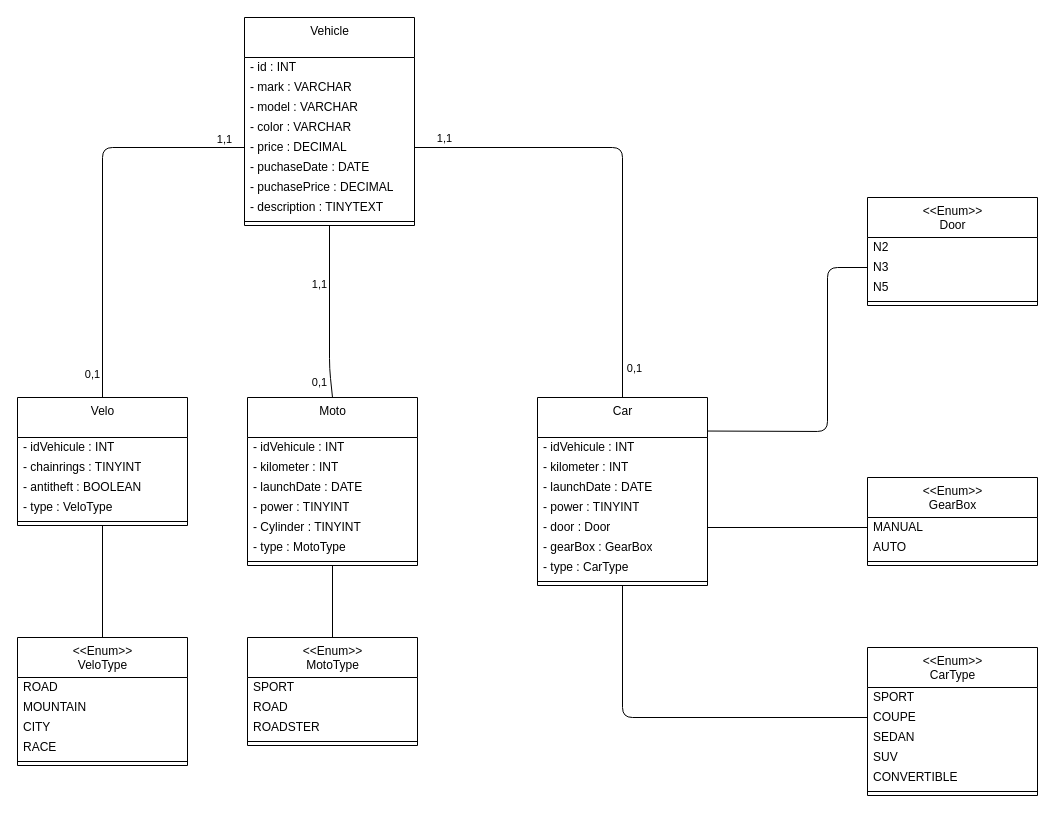
This is configurateur-de-vehicule/conception/modele-de-donnees.drawio from Roland-Foucher/configurateur-de-vehicule, a draw.io file, before an edit. Source tidied: cells renumbered, new cells numbered last; positions are measured from the earlier drawing's top-left corner, leaving out a move shared by most shapes. Both pictures are drawn from the tidied source at 100%, with x=0, y=0 at pixel (17, 17).
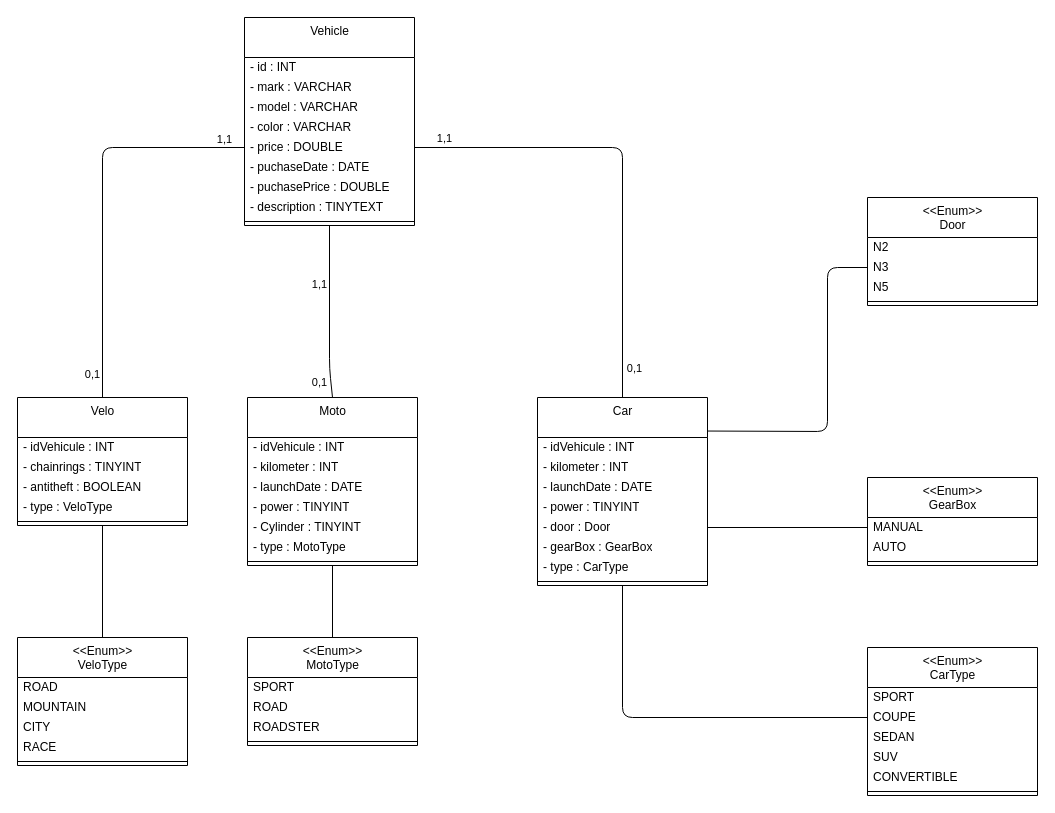
Above is the later version.

Unchanged cells that the change refers to:
```xml
<mxCell id="2" value="Vehicle" style="swimlane;fontStyle=0;align=center;verticalAlign=top;horizontal=1;startSize=40;html=1;" parent="1" vertex="1">
  <mxGeometry x="227" width="170" height="208" as="geometry" />
</mxCell>
```

Change to the diagram source:
```diff
@@
-    <mxCell id="7" value="- price : DECIMAL" style="text;html=1;strokeColor=none;fillColor=none;align=left;verticalAlign=middle;spacingLeft=4;spacingRight=4;overflow=hidden;points=[[0,0.5],[1,0.5]];portConstraint=eastwest;" parent="2" vertex="1">
+    <mxCell id="7" value="- price : DOUBLE" style="text;html=1;strokeColor=none;fillColor=none;align=left;verticalAlign=middle;spacingLeft=4;spacingRight=4;overflow=hidden;points=[[0,0.5],[1,0.5]];portConstraint=eastwest;" parent="2" vertex="1">
       <mxGeometry y="120" width="170" height="20" as="geometry" />
     </mxCell>
@@
-    <mxCell id="9" value="- puchasePrice : DECIMAL" style="text;html=1;strokeColor=none;fillColor=none;align=left;verticalAlign=middle;spacingLeft=4;spacingRight=4;overflow=hidden;" parent="2" vertex="1">
+    <mxCell id="9" value="- puchasePrice : DOUBLE" style="text;html=1;strokeColor=none;fillColor=none;align=left;verticalAlign=middle;spacingLeft=4;spacingRight=4;overflow=hidden;" parent="2" vertex="1">
       <mxGeometry y="160" width="170" height="20" as="geometry" />
     </mxCell>
```
